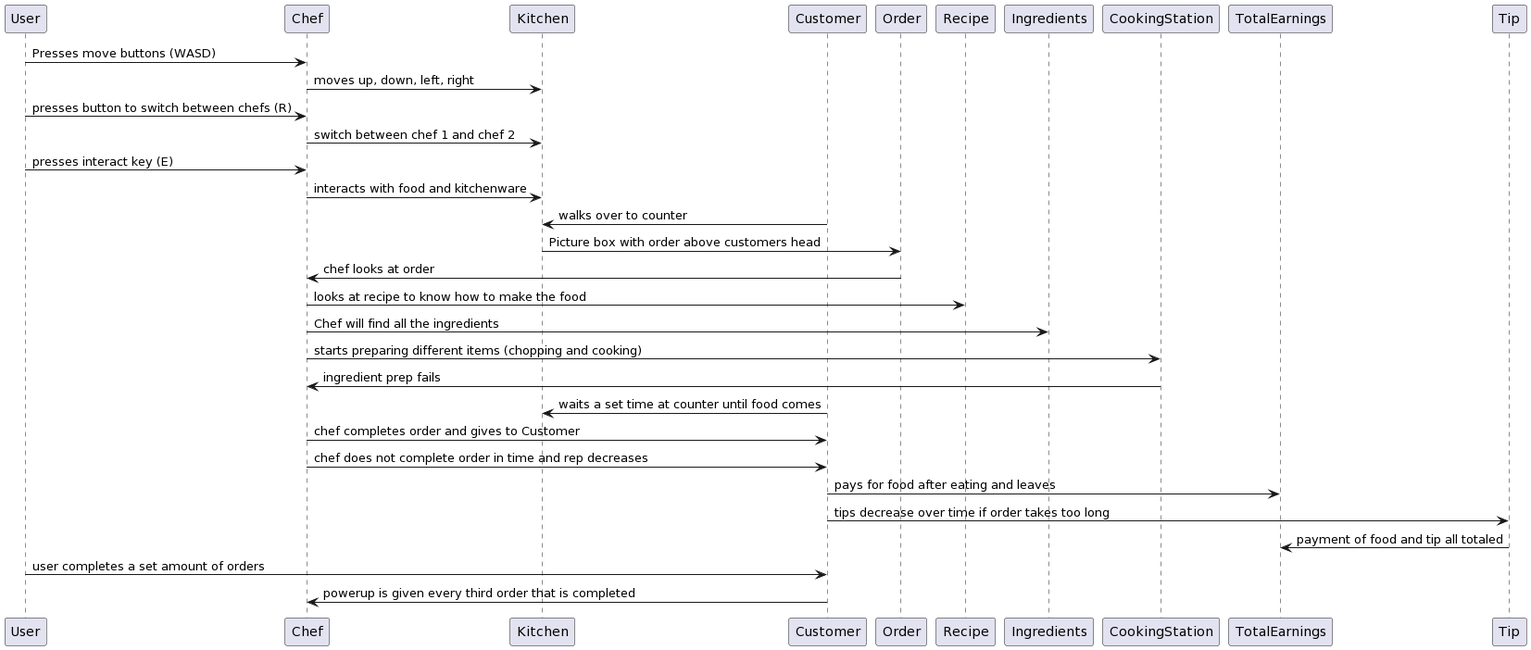
The PlantUML diagram files/assessment/sequence.png in genericgames21/genericgames21.github.io, before a commit.
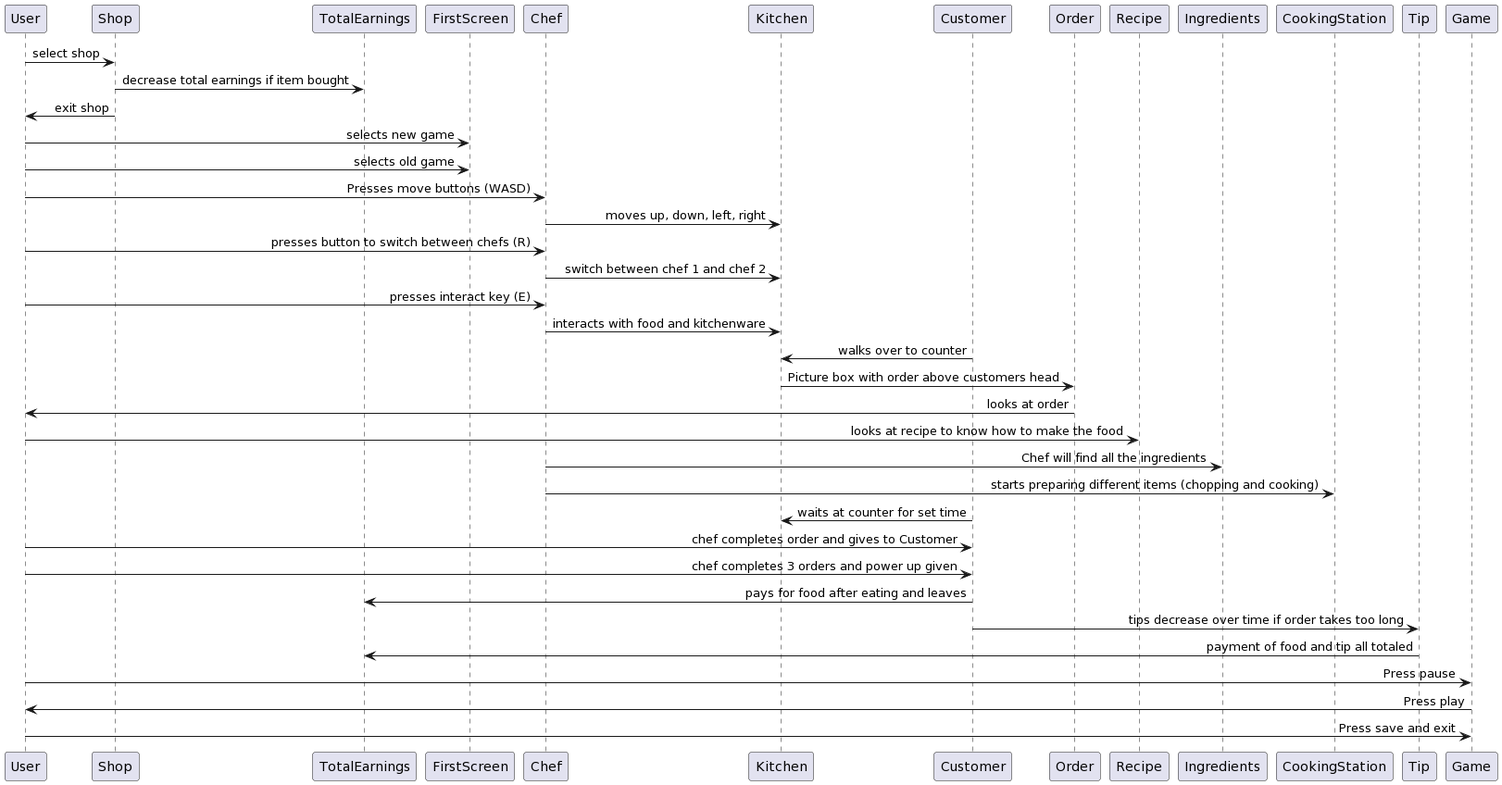
The same diagram one commit later.

Diff of the diagram source:
```diff
@@ -1,4 +1,10 @@
 @startuml
+skinparam sequenceMessageAlign right
+User -> Shop: select shop
+Shop -> TotalEarnings: decrease total earnings if item bought
+Shop -> User: exit shop
+User -> FirstScreen: selects new game
+User -> FirstScreen: selects old game
 User -> Chef: Presses move buttons (WASD)
 Chef-> Kitchen: moves up, down, left, right
 User -> Chef: presses button to switch between chefs (R)
@@ -7,17 +13,17 @@
 Chef-> Kitchen: interacts with food and kitchenware
 Customer -> Kitchen : walks over to counter
 Kitchen-> Order: Picture box with order above customers head
-Order-> Chef : chef looks at order
-Chef -> Recipe : looks at recipe to know how to make the food
+Order -> User: looks at order
+User -> Recipe : looks at recipe to know how to make the food
 Chef -> Ingredients : Chef will find all the ingredients
 Chef -> CookingStation : starts preparing different items (chopping and cooking)
-CookingStation -> Chef : ingredient prep fails
-Customer -> Kitchen : waits a set time at counter until food comes
-Chef -> Customer : chef completes order and gives to Customer
-Chef -> Customer : chef does not complete order in time and rep decreases
+Customer -> Kitchen : waits at counter for set time
+User-> Customer : chef completes order and gives to Customer
+User-> Customer : chef completes 3 orders and power up given
 Customer -> TotalEarnings: pays for food after eating and leaves
 Customer -> Tip : tips decrease over time if order takes too long
 Tip -> TotalEarnings: payment of food and tip all totaled
-User -> Customer : user completes a set amount of orders
-Customer -> Chef : powerup is given every third order that is completed
-@endum
+User -> Game: Press pause
+Game -> User : Press play
+User -> Game: Press save and exit
+@enduml
```
